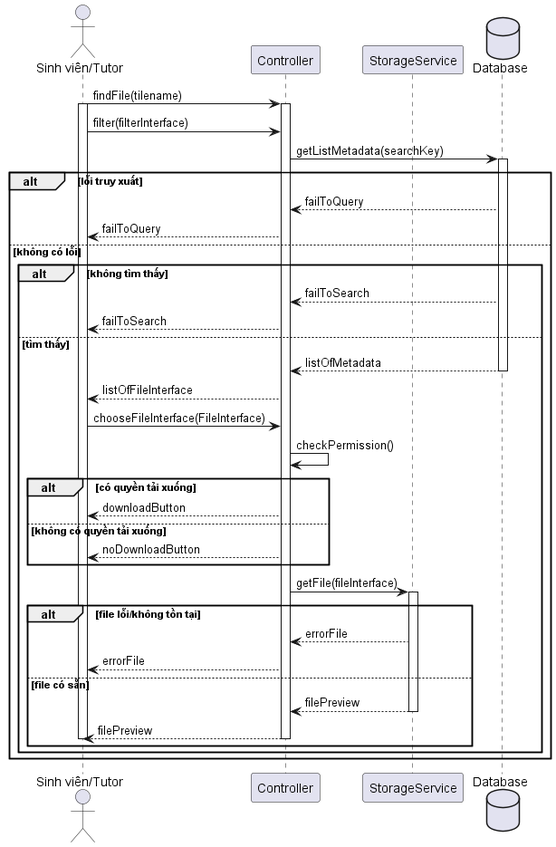
This is graphics/SequenceDiagram/Library/Seq_diagram_SearchView.png from huynkien/Software_Engineering_Report, a PlantUML export, as it was before one commit.
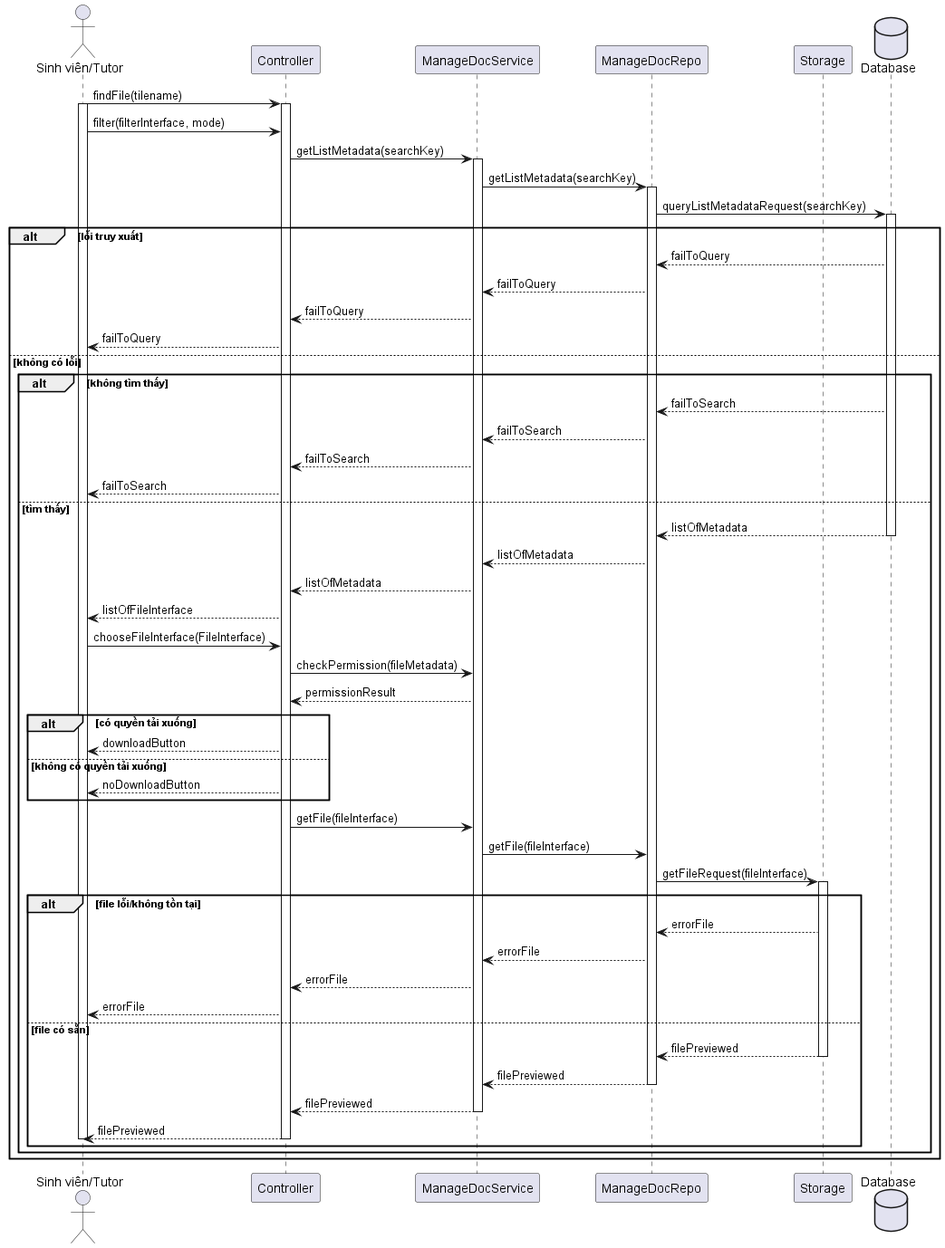
The same diagram one commit later.

Commit message:
"Fix Seq_diagram_Download, Seq_diagram_SearchView, Seq_diagram_Upload images "

The edit, as a diff of the source:
```diff
@@ -1,37 +1,55 @@
 @startuml
 actor       "Sinh viên/Tutor" as Actor
 participant     "Controller"     as Controller
-participant "StorageService"      as Collections
+participant "ManageDocService"      as Service
+participant "ManageDocRepo"      as Repo
+participant "Storage"      as Collections
 database    "Database"        as DB
 
 Actor -> Controller ++: findFile(tilename)
 activate Actor
-Actor -> Controller : filter(filterInterface)
-Controller -> DB ++: getListMetadata(searchKey)
+Actor -> Controller : filter(filterInterface, mode)
+Controller -> Service ++: getListMetadata(searchKey)
+Service -> Repo ++: getListMetadata(searchKey)
+Repo -> DB ++: queryListMetadataRequest(searchKey)
 alt lỗi truy xuất
-    DB --> Controller : failToQuery
+    DB --> Repo : failToQuery
+    Repo --> Service : failToQuery
+    Service --> Controller : failToQuery
     Controller --> Actor : failToQuery
 else không có lỗi
     alt không tìm thấy
-        DB --> Controller : failToSearch
+        DB --> Repo : failToSearch
+        Repo --> Service : failToSearch
+        Service --> Controller : failToSearch
         Controller --> Actor : failToSearch
     else tìm thấy
-        DB --> Controller --: listOfMetadata
+        DB --> Repo --: listOfMetadata
+        deactivate DB
+        Repo --> Service : listOfMetadata
+        Service --> Controller : listOfMetadata
         Controller --> Actor : listOfFileInterface
         Actor -> Controller : chooseFileInterface(FileInterface)
-        Controller -> Controller : checkPermission()
+        Controller -> Service : checkPermission(fileMetadata)
+        Service --> Controller : permissionResult
         alt có quyền tải xuống
             Controller --> Actor : downloadButton
         else không có quyền tải xuống
             Controller --> Actor : noDownloadButton
         end
-        Controller -> Collections ++: getFile(fileInterface)
+        Controller -> Service : getFile(fileInterface)
+        Service -> Repo : getFile(fileInterface)
+        Repo -> Collections ++: getFileRequest(fileInterface)
         alt file lỗi/không tồn tại
-            Collections --> Controller : errorFile
+            Collections --> Repo : errorFile
+            Repo --> Service : errorFile
+            Service --> Controller : errorFile
             Controller --> Actor : errorFile
         else file có sẵn
-            Collections --> Controller --: filePreview
-            Controller --> Actor --: filePreview
+            Collections --> Repo --: filePreviewed
+            Repo --> Service --: filePreviewed
+            Service --> Controller --: filePreviewed
+            Controller --> Actor --: filePreviewed
             deactivate Actor
         end
     end
```
